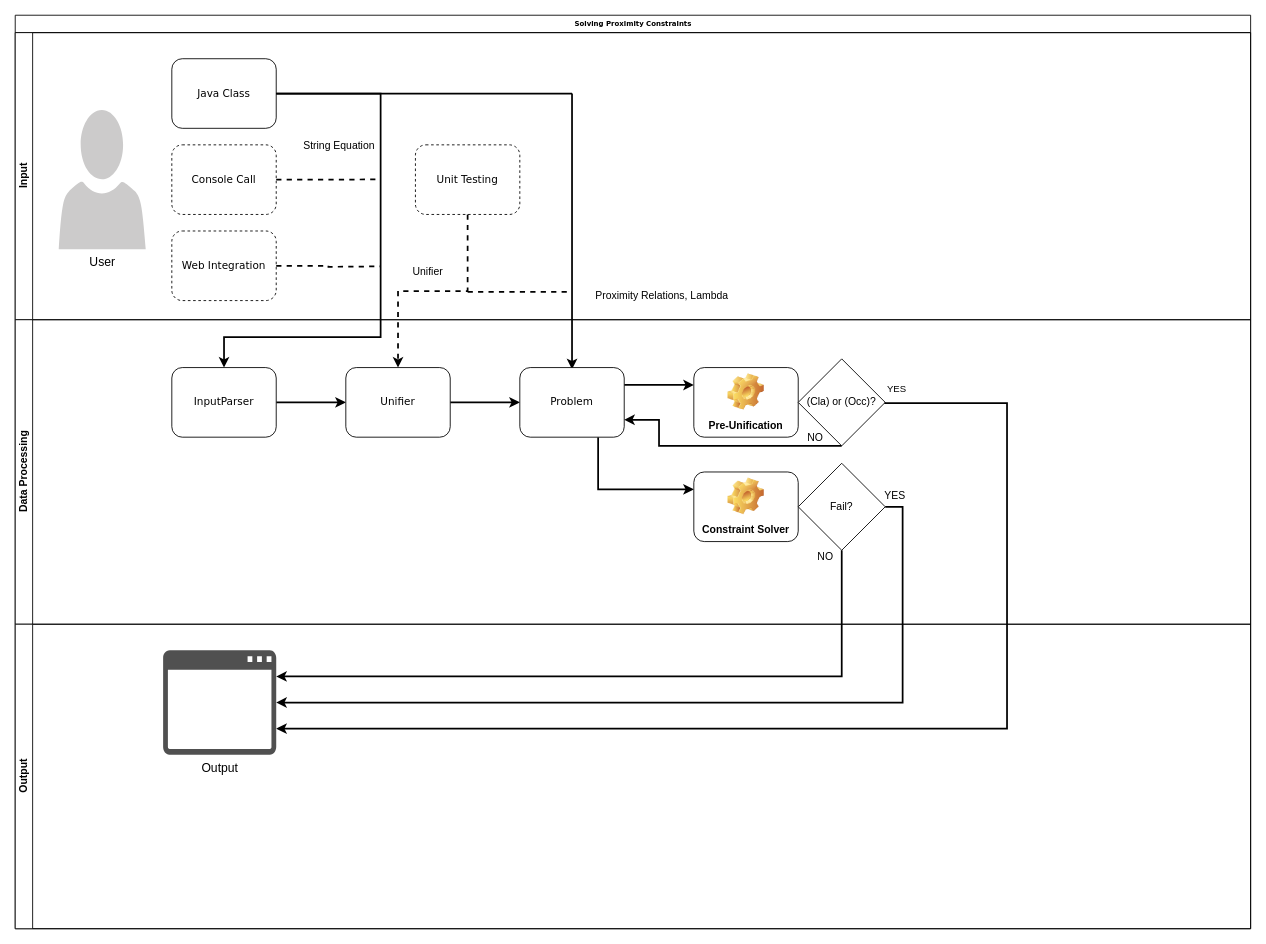
The draw.io diagram Documentation/WorkFlow.drawio in SophieHofmanninger/Solving-proximity-constraints, before the edit. Source tidied: cells renumbered, new cells numbered last; positions are measured from the earlier drawing's top-left corner, leaving out a move shared by most shapes. Both pictures are drawn from the tidied source at 87%, with x=0, y=0 at pixel (15, 15).
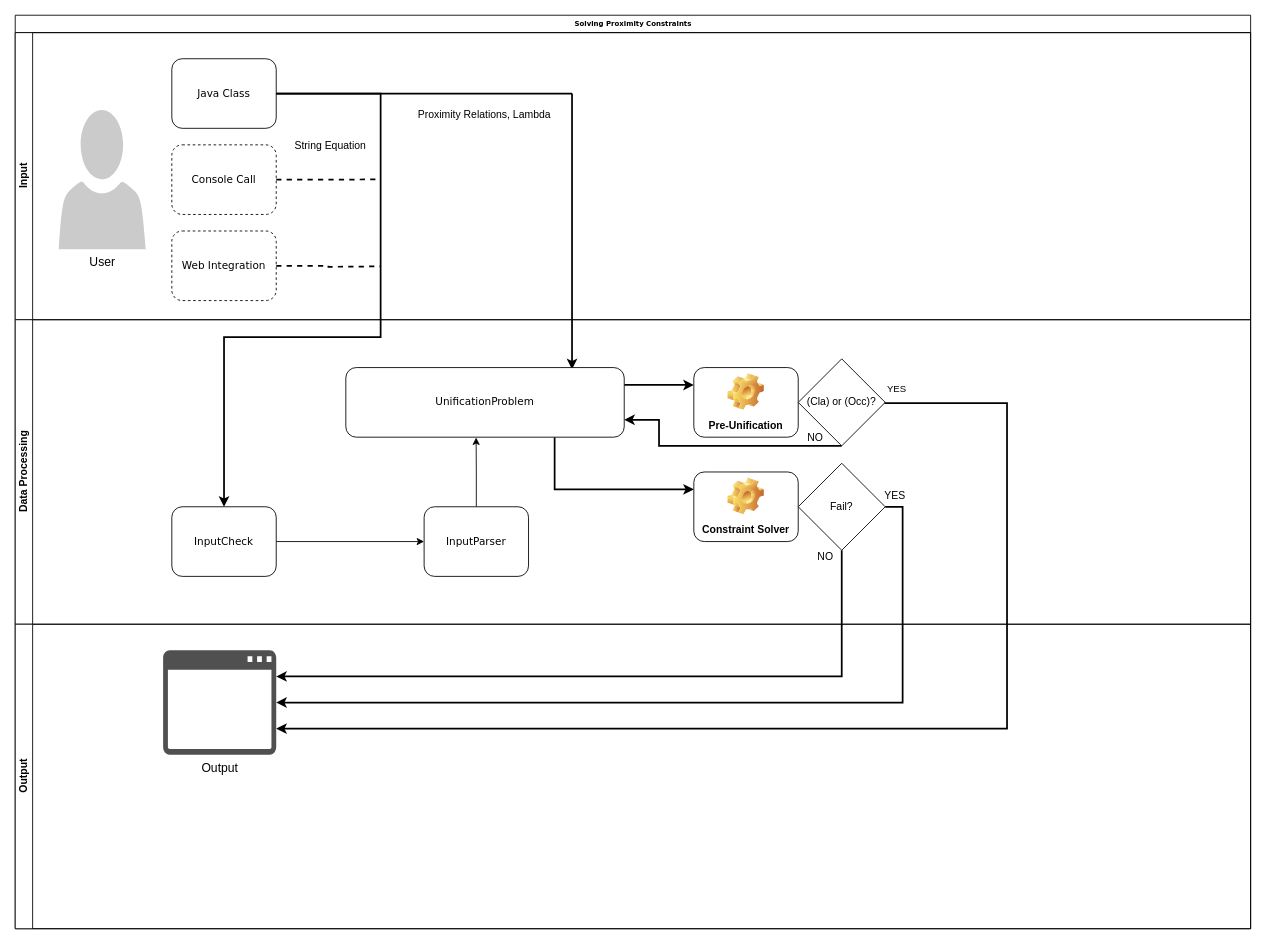
The same diagram, later.

The change refers to these unchanged cells:
```xml
<mxCell id="2" value="Solving Proximity Constraints" style="swimlane;html=1;horizontal=1;startSize=20;rounded=0;shadow=0;labelBackgroundColor=none;strokeColor=#000000;strokeWidth=1;fillColor=#ffffff;fontFamily=Verdana;fontSize=8;fontColor=#000000;align=center;" parent="1" vertex="1">
  <mxGeometry width="1420" height="1050" as="geometry" />
</mxCell>
<mxCell id="3" value="Input" style="swimlane;html=1;startSize=20;horizontal=0;" parent="2" vertex="1">
  <mxGeometry y="20" width="1420" height="330" as="geometry" />
</mxCell>
<mxCell id="4" value="&lt;span style=&quot;font-size: 12px&quot;&gt;Java Class&lt;/span&gt;&lt;br&gt;" style="rounded=1;whiteSpace=wrap;html=1;shadow=0;labelBackgroundColor=none;strokeColor=#000000;strokeWidth=1;fillColor=#ffffff;fontFamily=Verdana;fontSize=8;fontColor=#000000;align=center;" parent="3" vertex="1">
  <mxGeometry x="180" y="30" width="120" height="80" as="geometry" />
</mxCell>
<mxCell id="14" value="Data Processing&lt;br&gt;" style="swimlane;html=1;startSize=20;horizontal=0;" parent="2" vertex="1">
  <mxGeometry y="350" width="1420" height="350" as="geometry" />
</mxCell>
```

What changed in the source:
```diff
@@
-    <mxCell id="8" value="&lt;span style=&quot;font-size: 12px&quot;&gt;Unit Testing&lt;/span&gt;&lt;br&gt;" style="rounded=1;whiteSpace=wrap;html=1;shadow=0;labelBackgroundColor=none;strokeColor=#000000;strokeWidth=1;fillColor=#ffffff;fontFamily=Verdana;fontSize=8;fontColor=#000000;align=center;dashed=1;" parent="3" vertex="1">
-      <mxGeometry x="460" y="129" width="120" height="80" as="geometry" />
-    </mxCell>
-    <mxCell id="9" value="Unifier&lt;br&gt;" style="text;html=1;align=center;verticalAlign=middle;labelBackgroundColor=#ffffff;" parent="3" vertex="1">
-      <mxGeometry x="439.9" y="280.1" as="geometry">
-        <mxPoint x="34" y="-6" as="offset" />
-      </mxGeometry>
-    </mxCell>
@@
-    <mxCell id="12" style="endArrow=none;html=1;shadow=0;strokeWidth=2;dashed=1;" parent="3" edge="1">
-      <mxGeometry relative="1" as="geometry">
-        <mxPoint x="520" y="298" as="sourcePoint" />
-        <mxPoint x="640" y="298" as="targetPoint" />
-      </mxGeometry>
-    </mxCell>
     <mxCell id="13" value="Proximity Relations, Lambda&lt;br&gt;" style="text;html=1;align=center;verticalAlign=middle;labelBackgroundColor=#ffffff;" parent="3" vertex="1">
       <mxGeometry x="659.9" y="300.1" as="geometry">
-        <mxPoint x="83" y="2" as="offset" />
+        <mxPoint x="-121" y="-206" as="offset" />
       </mxGeometry>
     </mxCell>
@@
-    <mxCell id="15" style="edgeStyle=orthogonalEdgeStyle;rounded=0;comic=0;jumpStyle=none;jettySize=auto;html=1;exitX=1;exitY=0.5;exitDx=0;exitDy=0;entryX=0;entryY=0.5;entryDx=0;entryDy=0;shadow=0;startArrow=none;startFill=0;endArrow=classic;endFill=1;strokeWidth=2;" parent="14" edge="1" source="16" target="18">
-      <mxGeometry relative="1" as="geometry" />
-    </mxCell>
+    <mxCell id="41" style="edgeStyle=orthogonalEdgeStyle;rounded=0;jettySize=auto;html=1;exitX=0.5;exitY=0;exitDx=0;exitDy=0;entryX=0.468;entryY=1.005;entryDx=0;entryDy=0;entryPerimeter=0;" parent="14" edge="1" source="16" target="21">
+      <mxGeometry relative="1" as="geometry" />
+    </mxCell>
     <mxCell id="16" value="&lt;span style=&quot;font-size: 12px&quot;&gt;InputParser&lt;/span&gt;&lt;br&gt;" style="rounded=1;whiteSpace=wrap;html=1;shadow=0;labelBackgroundColor=none;strokeColor=#000000;strokeWidth=1;fillColor=#ffffff;fontFamily=Verdana;fontSize=8;fontColor=#000000;align=center;" parent="14" vertex="1">
-      <mxGeometry x="180" y="55" width="120" height="80" as="geometry" />
+      <mxGeometry x="470" y="215" width="120" height="80" as="geometry" />
     </mxCell>
-    <mxCell id="17" style="edgeStyle=orthogonalEdgeStyle;rounded=0;comic=0;jumpStyle=none;jettySize=auto;html=1;exitX=1;exitY=0.5;exitDx=0;exitDy=0;entryX=0;entryY=0.5;entryDx=0;entryDy=0;shadow=0;startArrow=none;startFill=0;endArrow=classic;endFill=1;strokeWidth=2;" parent="14" edge="1" source="18" target="21">
-      <mxGeometry relative="1" as="geometry" />
-    </mxCell>
-    <mxCell id="18" value="&lt;span style=&quot;font-size: 12px&quot;&gt;Unifier&lt;/span&gt;&lt;br&gt;" style="rounded=1;whiteSpace=wrap;html=1;shadow=0;labelBackgroundColor=none;strokeColor=#000000;strokeWidth=1;fillColor=#ffffff;fontFamily=Verdana;fontSize=8;fontColor=#000000;align=center;" parent="14" vertex="1">
-      <mxGeometry x="380" y="55" width="120" height="80" as="geometry" />
-    </mxCell>
@@
-    <mxCell id="21" value="&lt;span style=&quot;font-size: 12px&quot;&gt;Problem&lt;/span&gt;&lt;br&gt;" style="rounded=1;whiteSpace=wrap;html=1;shadow=0;labelBackgroundColor=none;strokeColor=#000000;strokeWidth=1;fillColor=#ffffff;fontFamily=Verdana;fontSize=8;fontColor=#000000;align=center;" parent="14" vertex="1">
-      <mxGeometry x="580" y="55" width="120" height="80" as="geometry" />
+    <mxCell id="21" value="&lt;span style=&quot;font-size: 12px&quot;&gt;UnificationProblem&lt;/span&gt;&lt;br&gt;" style="rounded=1;whiteSpace=wrap;html=1;shadow=0;labelBackgroundColor=none;strokeColor=#000000;strokeWidth=1;fillColor=#ffffff;fontFamily=Verdana;fontSize=8;fontColor=#000000;align=center;" parent="14" vertex="1">
+      <mxGeometry x="380" y="55" width="320" height="80" as="geometry" />
     </mxCell>
@@
+    <mxCell id="42" style="edgeStyle=orthogonalEdgeStyle;rounded=0;jettySize=auto;html=1;exitX=1;exitY=0.5;exitDx=0;exitDy=0;entryX=0;entryY=0.5;entryDx=0;entryDy=0;" parent="14" edge="1" source="43" target="16">
+      <mxGeometry relative="1" as="geometry" />
+    </mxCell>
+    <mxCell id="43" value="&lt;span style=&quot;font-size: 12px&quot;&gt;InputCheck&lt;/span&gt;&lt;br&gt;" style="rounded=1;whiteSpace=wrap;html=1;shadow=0;labelBackgroundColor=none;strokeColor=#000000;strokeWidth=1;fillColor=#ffffff;fontFamily=Verdana;fontSize=8;fontColor=#000000;align=center;" parent="14" vertex="1">
+      <mxGeometry x="180" y="215" width="120" height="80" as="geometry" />
+    </mxCell>
@@
-    <mxCell id="31" style="edgeStyle=orthogonalEdgeStyle;rounded=0;jettySize=auto;html=1;exitX=1;exitY=0.5;exitDx=0;exitDy=0;entryX=0.5;entryY=0;entryDx=0;entryDy=0;endArrow=classic;endFill=1;startArrow=none;startFill=0;jumpStyle=none;shadow=0;strokeWidth=2;" parent="2" edge="1" source="4" target="16">
+    <mxCell id="31" style="edgeStyle=orthogonalEdgeStyle;rounded=0;jettySize=auto;html=1;exitX=1;exitY=0.5;exitDx=0;exitDy=0;endArrow=classic;endFill=1;startArrow=none;startFill=0;jumpStyle=none;shadow=0;strokeWidth=2;entryX=0.5;entryY=0;entryDx=0;entryDy=0;" parent="2" edge="1" source="4" target="43">
       <mxGeometry relative="1" as="geometry">
         <Array as="points">
           <mxPoint x="420" y="90" />
           <mxPoint x="420" y="370" />
           <mxPoint x="240" y="370" />
         </Array>
       </mxGeometry>
     </mxCell>
     <mxCell id="32" value="String Equation&lt;br&gt;" style="text;html=1;align=center;verticalAlign=middle;labelBackgroundColor=#ffffff;" parent="31" vertex="1">
       <mxGeometry x="-0.88" y="4" relative="1" as="geometry">
-        <mxPoint x="34" y="63" as="offset" />
+        <mxPoint x="14" y="63" as="offset" />
       </mxGeometry>
     </mxCell>
-    <mxCell id="33" style="edgeStyle=orthogonalEdgeStyle;rounded=0;comic=0;jumpStyle=none;jettySize=auto;html=1;exitX=0.5;exitY=1;exitDx=0;exitDy=0;entryX=0.5;entryY=0;entryDx=0;entryDy=0;shadow=0;startArrow=none;startFill=0;endArrow=classic;endFill=1;dashed=1;strokeWidth=2;" parent="2" edge="1" source="8" target="18">
-      <mxGeometry relative="1" as="geometry" />
-    </mxCell>
```
